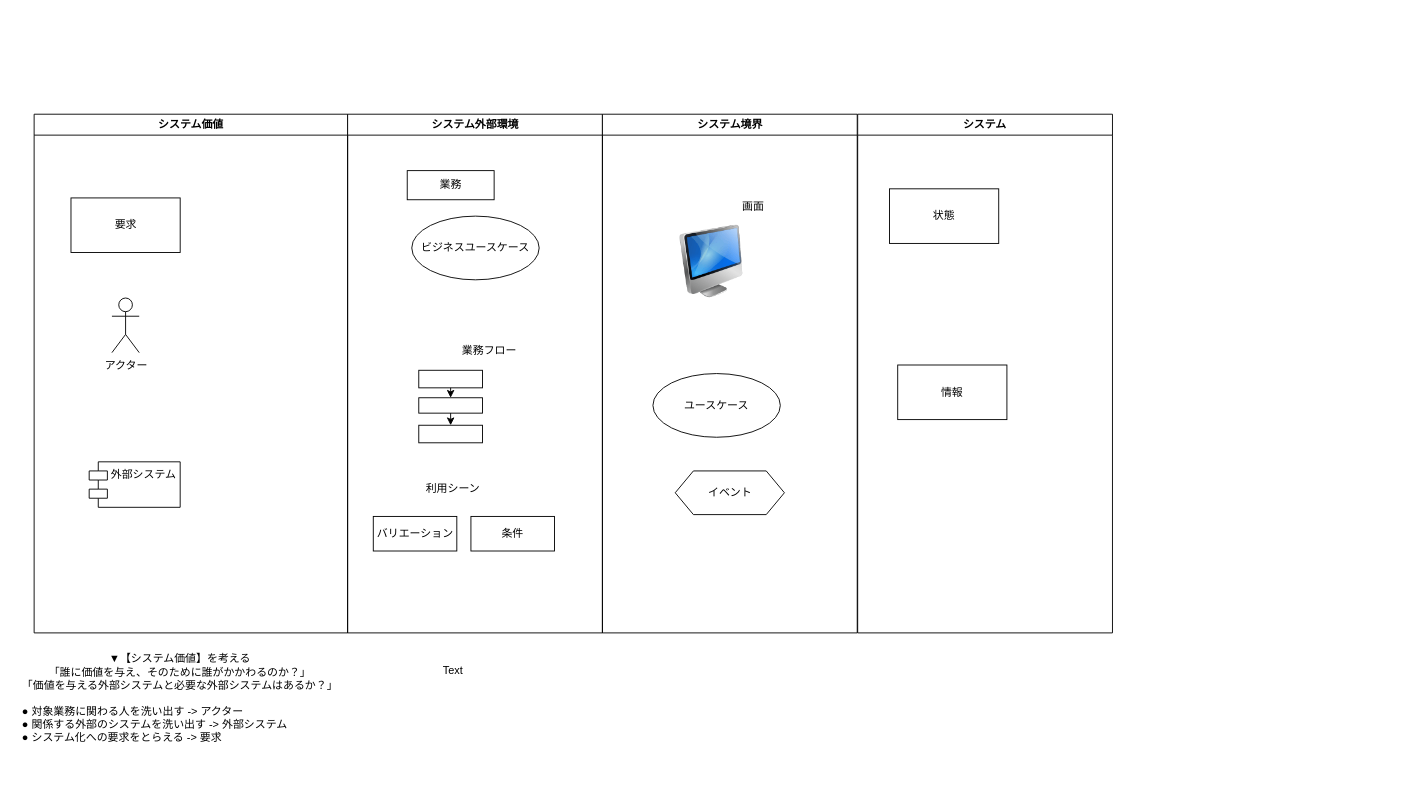
Earlier version of the draw.io diagram documents/draw.io/RDRA.drawio (hibohiboo/kartagraph). Source tidied: cells renumbered, new cells numbered last; positions are measured from the earlier drawing's top-left corner, leaving out a move shared by most shapes. Both pictures are drawn from the tidied source at 91%, with x=0, y=0 at pixel (15, 114).
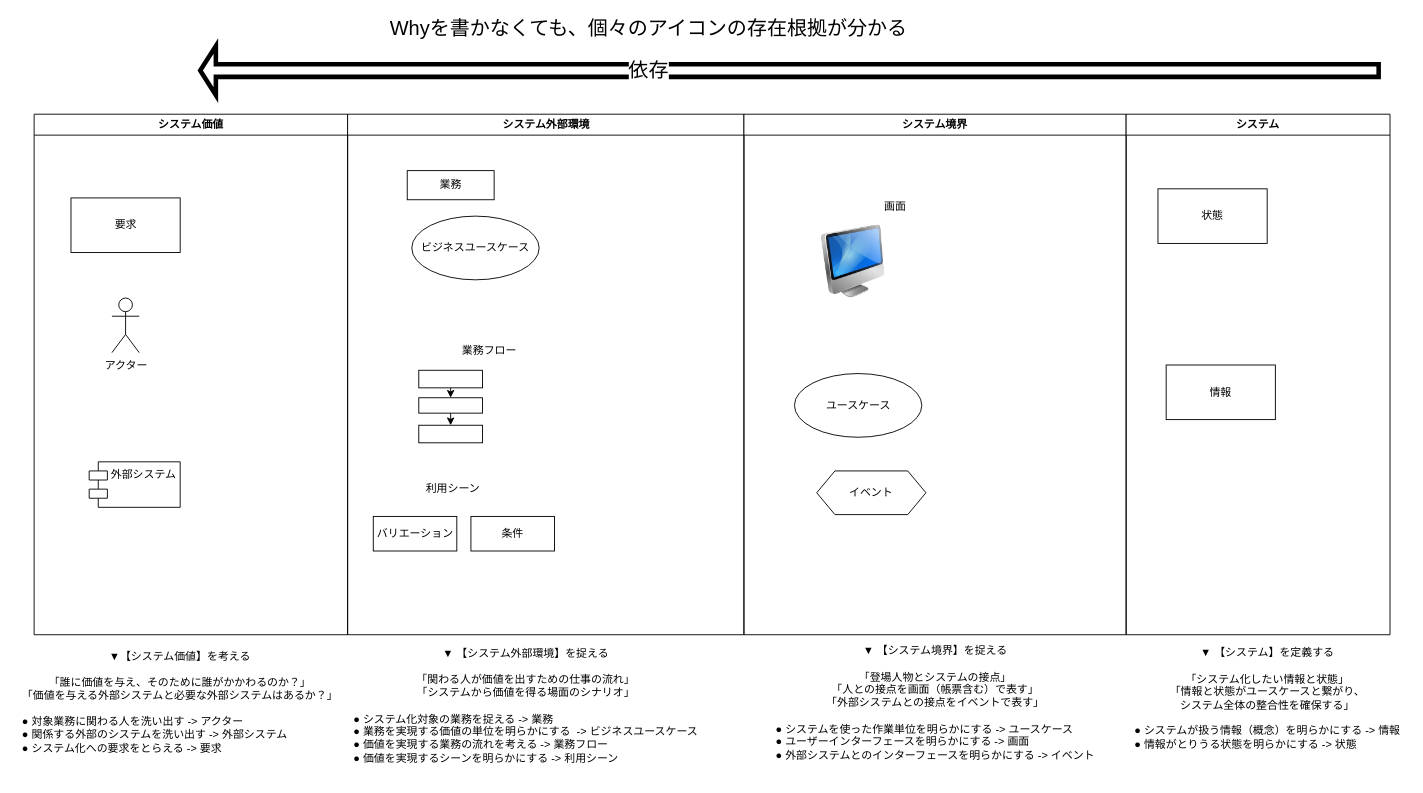
The same page after the edit.

The edit, as a diff of the source:
```diff
@@
     <mxCell id="2" value="システム価値" style="swimlane;whiteSpace=wrap;" parent="1" vertex="1">
-      <mxGeometry x="20" width="344.5" height="570" as="geometry" />
+      <mxGeometry x="20" width="344.5" height="572" as="geometry" />
     </mxCell>
@@
     <mxCell id="6" value="システム外部環境" style="swimlane;whiteSpace=wrap;" parent="1" vertex="1">
-      <mxGeometry x="364.5" width="280" height="570" as="geometry" />
+      <mxGeometry x="364.5" width="435.5" height="572" as="geometry" />
     </mxCell>
@@
     <mxCell id="18" value="システム境界" style="swimlane;whiteSpace=wrap;" parent="1" vertex="1">
-      <mxGeometry x="644.5" width="280" height="570" as="geometry" />
+      <mxGeometry x="800" width="420" height="572" as="geometry" />
     </mxCell>
@@
     <mxCell id="23" value="システム" style="swimlane;whiteSpace=wrap;" parent="1" vertex="1">
-      <mxGeometry x="925" width="280" height="570" as="geometry" />
+      <mxGeometry x="1220" width="290" height="572" as="geometry" />
     </mxCell>
@@
-    <mxCell id="27" value="▼【システム価値】を考える&lt;br&gt;「誰に価値を与え、そのために誰がかかわるのか？」&lt;br&gt;「価値を与える外部システムと必要な外部システムはあるか？」&lt;br&gt;&lt;br&gt;&lt;div style=&quot;text-align: left&quot;&gt;&lt;span&gt;● 対象業務に関わる人を洗い出す -&amp;gt; アクター&lt;/span&gt;&lt;/div&gt;&lt;div style=&quot;text-align: left&quot;&gt;&lt;span&gt;● 関係する外部のシステムを洗い出す -&amp;gt; 外部システム&lt;/span&gt;&lt;/div&gt;&lt;div style=&quot;text-align: left&quot;&gt;&lt;span&gt;● システム化への要求をとらえる -&amp;gt; 要求&lt;/span&gt;&lt;/div&gt;" style="text;html=1;align=center;verticalAlign=middle;strokeColor=none;fillColor=none;" parent="1" vertex="1">
-      <mxGeometry y="592" width="360" height="100" as="geometry" />
+    <mxCell id="27" value="▼【システム価値】を考える&lt;br&gt;&lt;br&gt;「誰に価値を与え、そのために誰がかかわるのか？」&lt;br&gt;「価値を与える外部システムと必要な外部システムはあるか？」&lt;br&gt;&lt;br&gt;&lt;div style=&quot;text-align: left&quot;&gt;&lt;span&gt;● 対象業務に関わる人を洗い出す -&amp;gt; アクター&lt;/span&gt;&lt;/div&gt;&lt;div style=&quot;text-align: left&quot;&gt;&lt;span&gt;● 関係する外部のシステムを洗い出す -&amp;gt; 外部システム&lt;/span&gt;&lt;/div&gt;&lt;div style=&quot;text-align: left&quot;&gt;&lt;span&gt;● システム化への要求をとらえる -&amp;gt; 要求&lt;/span&gt;&lt;/div&gt;" style="text;html=1;align=center;verticalAlign=middle;strokeColor=none;fillColor=none;" parent="1" vertex="1">
+      <mxGeometry y="591" width="360" height="110" as="geometry" />
     </mxCell>
-    <mxCell id="28" value="Text" style="text;html=1;align=center;verticalAlign=middle;strokeColor=none;fillColor=none;" parent="1" vertex="1">
-      <mxGeometry x="460" y="602" width="40" height="20" as="geometry" />
+    <mxCell id="28" value="▼ 【システム外部環境】を捉える&lt;br&gt;&lt;br&gt;「関わる人が価値を出すための仕事の流れ」&lt;br&gt;「システムから価値を得る場面のシナリオ」&lt;br&gt;&lt;br&gt;&lt;div style=&quot;text-align: left&quot;&gt;● システム化対象の業務を捉える -&amp;gt; 業務&lt;/div&gt;&lt;div style=&quot;text-align: left&quot;&gt;● 業務を実現する価値の単位を明らかにする&amp;nbsp;&lt;span&gt;&amp;nbsp;-&amp;gt; ビジネスユースケース&lt;/span&gt;&lt;/div&gt;&lt;div style=&quot;text-align: left&quot;&gt;● 価値を実現する業務の流れを考える -&amp;gt; 業務フロー&lt;/div&gt;&lt;div style=&quot;text-align: left&quot;&gt;● 価値を実現するシーンを明らかにする -&amp;gt; 利用シーン&lt;/div&gt;&lt;div style=&quot;text-align: left&quot;&gt;&lt;br&gt;&lt;/div&gt;" style="text;html=1;align=center;verticalAlign=middle;strokeColor=none;fillColor=none;" parent="1" vertex="1">
+      <mxGeometry x="359.5" y="587" width="400" height="140" as="geometry" />
     </mxCell>
+    <mxCell id="29" style="shape=flexArrow;endArrow=classic;html=1;rounded=0;endWidth=35;endSize=4.07;strokeWidth=5;" parent="1" edge="1">
+      <mxGeometry relative="1" as="geometry">
+        <mxPoint x="1500" y="-48" as="sourcePoint" />
+        <mxPoint x="200" y="-48" as="targetPoint" />
+      </mxGeometry>
+    </mxCell>
+    <mxCell id="30" value="依存" style="edgeLabel;html=1;align=center;verticalAlign=middle;fontSize=22;" parent="29" vertex="1">
+      <mxGeometry x="0.24" relative="1" as="geometry" />
+    </mxCell>
+    <mxCell id="31" value="Whyを書かなくても、個々のアイコンの存在根拠が分かる" style="text;html=1;align=center;verticalAlign=middle;strokeColor=none;fillColor=none;fontSize=22;" parent="1" vertex="1">
+      <mxGeometry x="400" y="-108" width="590" height="30" as="geometry" />
+    </mxCell>
+    <mxCell id="32" value="▼ 【システム境界】を捉える&lt;br&gt;&lt;br&gt;「登場人物とシステムの接点」&lt;br&gt;「人との接点を画面（帳票含む）で表す」&lt;br&gt;「外部システムとの接点をイベントで表す」&lt;br&gt;&lt;br&gt;&lt;div style=&quot;text-align: left&quot;&gt;● システムを使った作業単位を明らかにする -&amp;gt; ユースケース&lt;/div&gt;&lt;div style=&quot;text-align: left&quot;&gt;● ユーザーインターフェースを明らかにする -&amp;gt; 画面&lt;/div&gt;&lt;div style=&quot;text-align: left&quot;&gt;● 外部システムとのインターフェースを明らかにする -&amp;gt; イベント&lt;/div&gt;" style="text;html=1;align=center;verticalAlign=middle;strokeColor=none;fillColor=none;fontSize=12;" parent="1" vertex="1">
+      <mxGeometry x="825" y="582" width="370" height="130" as="geometry" />
+    </mxCell>
+    <mxCell id="33" value="▼ 【システム】を定義する&lt;br&gt;&lt;br&gt;「システム化したい情報と状態」&lt;br&gt;「情報と状態がユースケースと繋がり、&lt;br&gt;システム全体の整合性を確保する」&lt;br&gt;&lt;br&gt;&lt;div style=&quot;text-align: left&quot;&gt;● システムが扱う情報（概念）を明らかにする -&amp;gt; 情報&lt;/div&gt;&lt;div style=&quot;text-align: left&quot;&gt;● 情報がとりうる状態を明らかにする -&amp;gt; 状態&lt;/div&gt;" style="text;html=1;align=center;verticalAlign=middle;strokeColor=none;fillColor=none;fontSize=12;" parent="1" vertex="1">
+      <mxGeometry x="1220" y="587" width="310" height="110" as="geometry" />
+    </mxCell>
```
